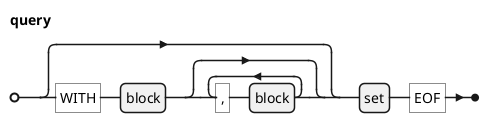
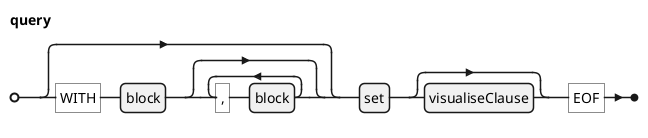
@startebnf
' border and background
skinparam legendBorderColor transparent
skinparam legendBackgroundColor white

'title query

query =
-     ["WITH", block, {",", block}], set, "EOF"
+     ["WITH", block, {",", block}], set, [visualiseClause], "EOF"
;
@endebnf
